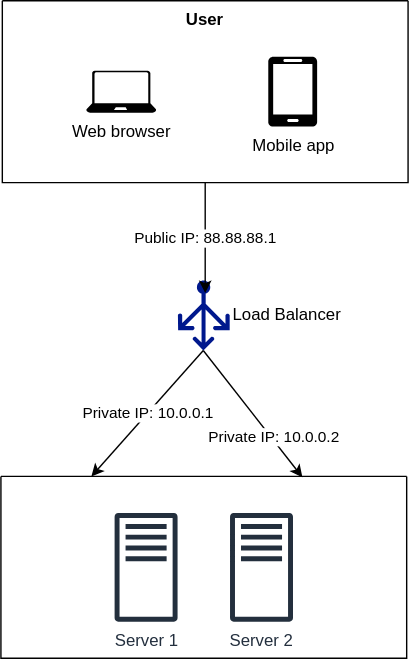
Above: pages/software-engineering/system-design/load-balancer/load-balancer.drawio.svg in lamhq/tech-notes (draw.io), before the change. Source tidied: cells renumbered, new cells last; positions are measured from the earlier drawing's top-left corner, leaving out a move shared by most shapes.
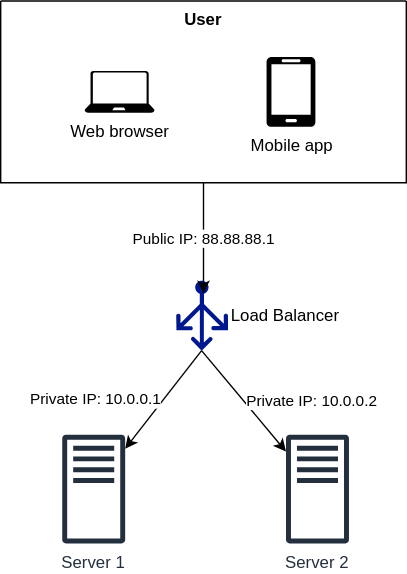
The same diagram one commit later.

Change to the diagram source:
```diff
@@ -11,22 +11,11 @@
     <mxCell id="4" value="Mobile app" style="verticalLabelPosition=bottom;html=1;verticalAlign=top;align=center;strokeColor=none;fillColor=#000000;shape=mxgraph.azure.mobile;" parent="2" vertex="1">
       <mxGeometry x="190" y="40" width="35" height="50" as="geometry" />
     </mxCell>
-    <mxCell id="5" style="swimlane;startSize=0;" parent="1" vertex="1">
-      <mxGeometry y="340" width="290" height="130" as="geometry" />
-    </mxCell>
-    <mxCell id="6" value="Server 1" style="sketch=0;outlineConnect=0;fontColor=#232F3E;gradientColor=none;fillColor=#232F3D;strokeColor=none;dashed=0;verticalLabelPosition=bottom;verticalAlign=top;align=center;html=1;fontSize=12;fontStyle=0;shape=mxgraph.aws4.traditional_server;" parent="5" vertex="1">
-      <mxGeometry x="81.2" y="26" width="45" height="78" as="geometry" />
-    </mxCell>
-    <mxCell id="7" value="Server 2" style="sketch=0;outlineConnect=0;fontColor=#232F3E;gradientColor=none;fillColor=#232F3D;strokeColor=none;dashed=0;verticalLabelPosition=bottom;verticalAlign=top;align=center;html=1;fontSize=12;fontStyle=0;shape=mxgraph.aws4.traditional_server;" parent="5" vertex="1">
-      <mxGeometry x="163.8" y="26" width="45" height="78" as="geometry" />
-    </mxCell>
-    <mxCell id="8" value="Private IP: 10.0.0.1" style="endArrow=classic;html=1;rounded=0;exitX=0.49;exitY=1;exitDx=0;exitDy=0;exitPerimeter=0;entryX=0.223;entryY=0;entryDx=0;entryDy=0;entryPerimeter=0;" parent="1" edge="1" source="10" target="5">
+    <mxCell id="8" value="Private IP: 10.0.0.1" style="endArrow=classic;html=1;rounded=0;exitX=0.49;exitY=1;exitDx=0;exitDy=0;exitPerimeter=0;labelPosition=left;verticalLabelPosition=middle;align=right;verticalAlign=middle;" parent="1" edge="1" source="10" target="6">
       <mxGeometry relative="1" as="geometry" />
     </mxCell>
-    <mxCell id="9" value="Private IP: 10.0.0.2" style="endArrow=classic;html=1;rounded=0;exitX=0.49;exitY=1;exitDx=0;exitDy=0;exitPerimeter=0;entryX=0.743;entryY=0.005;entryDx=0;entryDy=0;entryPerimeter=0;" parent="1" edge="1" source="10" target="5">
-      <mxGeometry x="0.41" y="1" relative="1" as="geometry">
-        <mxPoint y="-1" as="offset" />
-      </mxGeometry>
+    <mxCell id="9" value="&lt;meta charset=&quot;utf-8&quot;&gt;&lt;span style=&quot;color: rgb(0, 0, 0); font-family: Helvetica; font-size: 11px; font-style: normal; font-variant-ligatures: normal; font-variant-caps: normal; font-weight: 400; letter-spacing: normal; orphans: 2; text-align: left; text-indent: 0px; text-transform: none; widows: 2; word-spacing: 0px; -webkit-text-stroke-width: 0px; background-color: rgb(255, 255, 255); text-decoration-thickness: initial; text-decoration-style: initial; text-decoration-color: initial; float: none; display: inline !important;&quot;&gt;Private IP: 10.0.0.2&lt;/span&gt;" style="edgeStyle=none;html=1;exitX=0.49;exitY=1;exitDx=0;exitDy=0;exitPerimeter=0;labelPosition=right;verticalLabelPosition=middle;align=left;verticalAlign=middle;" parent="1" edge="1" source="10" target="7">
+      <mxGeometry relative="1" as="geometry" />
     </mxCell>
     <mxCell id="10" value="Load Balancer" style="sketch=0;shadow=0;dashed=0;html=1;strokeColor=none;labelPosition=right;verticalLabelPosition=middle;verticalAlign=middle;align=left;fillColor=#00188D;shape=mxgraph.azure.load_balancer_generic;horizontal=1;" parent="1" vertex="1">
       <mxGeometry x="126.5" y="200" width="37" height="50" as="geometry" />
@@ -34,5 +23,11 @@
     <mxCell id="11" value="Public IP: 88.88.88.1" style="edgeStyle=orthogonalEdgeStyle;rounded=0;jettySize=auto;html=1;entryX=0.527;entryY=0.18;entryDx=0;entryDy=0;entryPerimeter=0;" parent="1" edge="1" source="2" target="10">
       <mxGeometry relative="1" as="geometry" />
     </mxCell>
+    <mxCell id="6" value="Server 1" style="sketch=0;outlineConnect=0;fontColor=#232F3E;gradientColor=none;fillColor=#232F3D;strokeColor=none;dashed=0;verticalLabelPosition=bottom;verticalAlign=top;align=center;html=1;fontSize=12;fontStyle=0;shape=mxgraph.aws4.traditional_server;" parent="1" vertex="1">
+      <mxGeometry x="45" y="310" width="45" height="78" as="geometry" />
+    </mxCell>
+    <mxCell id="7" value="Server 2" style="sketch=0;outlineConnect=0;fontColor=#232F3E;gradientColor=none;fillColor=#232F3D;strokeColor=none;dashed=0;verticalLabelPosition=bottom;verticalAlign=top;align=center;html=1;fontSize=12;fontStyle=0;shape=mxgraph.aws4.traditional_server;" parent="1" vertex="1">
+      <mxGeometry x="205" y="310" width="45" height="78" as="geometry" />
+    </mxCell>
   </root>
 </mxGraphModel>
```
